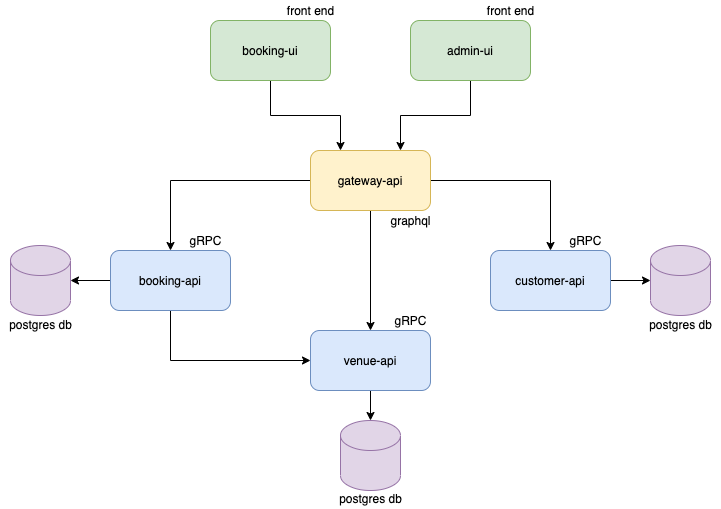
Above: docs/platform-architecture.png in cobbinma/booking-platform (draw.io), before the change. Source tidied: cells renumbered, new cells last; positions are measured from the earlier drawing's top-left corner, leaving out a move shared by most shapes.
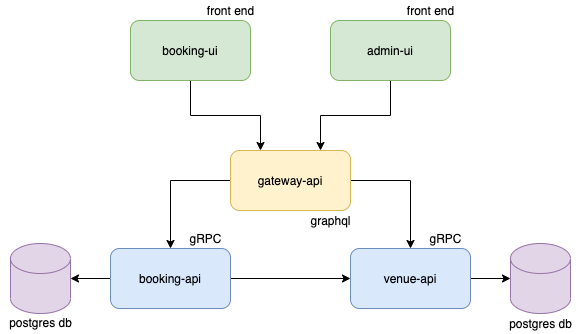
Above is the later version.

The edit, as a diff of the source:
```diff
@@ -11,29 +11,26 @@
     <mxCell id="4" style="edgeStyle=orthogonalEdgeStyle;rounded=0;jettySize=auto;html=1;exitX=0;exitY=0.5;exitDx=0;exitDy=0;entryX=0.5;entryY=0;entryDx=0;entryDy=0;" parent="1" edge="1" source="7" target="12">
       <mxGeometry relative="1" as="geometry" />
     </mxCell>
-    <mxCell id="5" style="edgeStyle=orthogonalEdgeStyle;rounded=0;jettySize=auto;html=1;exitX=0.5;exitY=1;exitDx=0;exitDy=0;" parent="1" edge="1" source="7" target="9">
+    <mxCell id="5" style="edgeStyle=orthogonalEdgeStyle;rounded=0;jettySize=auto;html=1;exitX=1;exitY=0.5;exitDx=0;exitDy=0;entryX=0.5;entryY=0;entryDx=0;entryDy=0;" parent="1" edge="1" source="7" target="9">
       <mxGeometry relative="1" as="geometry" />
     </mxCell>
-    <mxCell id="6" style="edgeStyle=orthogonalEdgeStyle;rounded=0;jettySize=auto;html=1;exitX=1;exitY=0.5;exitDx=0;exitDy=0;entryX=0.5;entryY=0;entryDx=0;entryDy=0;" parent="1" edge="1" source="7" target="22">
-      <mxGeometry relative="1" as="geometry" />
-    </mxCell>
     <mxCell id="7" value="gateway-api" style="rounded=1;whiteSpace=wrap;html=1;fillColor=#fff2cc;strokeColor=#d6b656;" parent="1" vertex="1">
       <mxGeometry x="310" y="150" width="120" height="60" as="geometry" />
     </mxCell>
-    <mxCell id="8" style="edgeStyle=orthogonalEdgeStyle;rounded=0;jettySize=auto;html=1;exitX=0.5;exitY=1;exitDx=0;exitDy=0;" parent="1" edge="1" source="9" target="18">
+    <mxCell id="8" style="edgeStyle=orthogonalEdgeStyle;rounded=0;jettySize=auto;html=1;exitX=1;exitY=0.5;exitDx=0;exitDy=0;entryX=0;entryY=0.5;entryDx=0;entryDy=0;entryPerimeter=0;" parent="1" edge="1" source="9" target="18">
       <mxGeometry relative="1" as="geometry" />
     </mxCell>
     <mxCell id="9" value="venue-api" style="rounded=1;whiteSpace=wrap;html=1;fillColor=#dae8fc;strokeColor=#6c8ebf;" parent="1" vertex="1">
-      <mxGeometry x="310" y="330" width="120" height="60" as="geometry" />
+      <mxGeometry x="430" y="248" width="120" height="60" as="geometry" />
     </mxCell>
+    <mxCell id="11" style="edgeStyle=orthogonalEdgeStyle;rounded=0;jettySize=auto;html=1;exitX=0;exitY=0.5;exitDx=0;exitDy=0;entryX=1;entryY=0.5;entryDx=0;entryDy=0;entryPerimeter=0;" parent="1" edge="1" source="12" target="17">
+      <mxGeometry relative="1" as="geometry" />
+    </mxCell>
-    <mxCell id="10" style="edgeStyle=orthogonalEdgeStyle;rounded=0;jettySize=auto;html=1;exitX=0.5;exitY=1;exitDx=0;exitDy=0;entryX=0;entryY=0.5;entryDx=0;entryDy=0;" parent="1" edge="1" source="12" target="9">
+    <mxCell id="10" style="edgeStyle=orthogonalEdgeStyle;rounded=0;jettySize=auto;html=1;exitX=1;exitY=0.5;exitDx=0;exitDy=0;entryX=0;entryY=0.5;entryDx=0;entryDy=0;" parent="1" edge="1" source="12" target="9">
       <mxGeometry relative="1" as="geometry" />
     </mxCell>
-    <mxCell id="11" style="edgeStyle=orthogonalEdgeStyle;rounded=0;jettySize=auto;html=1;exitX=0;exitY=0.5;exitDx=0;exitDy=0;entryX=1;entryY=0.5;entryDx=0;entryDy=0;entryPerimeter=0;" parent="1" edge="1" source="12" target="17">
-      <mxGeometry relative="1" as="geometry" />
-    </mxCell>
     <mxCell id="12" value="booking-api" style="rounded=1;whiteSpace=wrap;html=1;fillColor=#dae8fc;strokeColor=#6c8ebf;" parent="1" vertex="1">
-      <mxGeometry x="110" y="250" width="120" height="60" as="geometry" />
+      <mxGeometry x="190" y="248" width="120" height="60" as="geometry" />
     </mxCell>
     <mxCell id="13" value="front end" style="text;html=1;align=center;verticalAlign=middle;" parent="1" vertex="1">
       <mxGeometry x="480" width="60" height="20" as="geometry" />
@@ -42,38 +39,23 @@
       <mxGeometry x="380" y="210" width="60" height="20" as="geometry" />
     </mxCell>
     <mxCell id="15" value="gRPC" style="text;html=1;align=center;verticalAlign=middle;" parent="1" vertex="1">
-      <mxGeometry x="385" y="310" width="50" height="20" as="geometry" />
+      <mxGeometry x="500" y="228" width="50" height="20" as="geometry" />
     </mxCell>
     <mxCell id="16" value="gRPC" style="text;html=1;align=center;verticalAlign=middle;" parent="1" vertex="1">
-      <mxGeometry x="180" y="230" width="50" height="20" as="geometry" />
+      <mxGeometry x="260" y="228" width="50" height="20" as="geometry" />
     </mxCell>
     <mxCell id="17" style="shape=cylinder3;whiteSpace=wrap;html=1;boundedLbl=1;backgroundOutline=1;size=15;fillColor=#e1d5e7;strokeColor=#9673a6;" parent="1" vertex="1">
-      <mxGeometry x="10" y="245" width="60" height="70" as="geometry" />
+      <mxGeometry x="90" y="243" width="60" height="70" as="geometry" />
     </mxCell>
     <mxCell id="18" style="shape=cylinder3;whiteSpace=wrap;html=1;boundedLbl=1;backgroundOutline=1;size=15;fillColor=#e1d5e7;strokeColor=#9673a6;" parent="1" vertex="1">
-      <mxGeometry x="340" y="420" width="60" height="70" as="geometry" />
+      <mxGeometry x="590" y="243" width="60" height="70" as="geometry" />
     </mxCell>
     <mxCell id="19" value="postgres db" style="text;html=1;align=center;verticalAlign=middle;" parent="1" vertex="1">
-      <mxGeometry y="314" width="80" height="20" as="geometry" />
+      <mxGeometry x="80" y="312" width="80" height="20" as="geometry" />
     </mxCell>
     <mxCell id="20" value="postgres db" style="text;html=1;align=center;verticalAlign=middle;" parent="1" vertex="1">
-      <mxGeometry x="330" y="488" width="80" height="20" as="geometry" />
+      <mxGeometry x="580" y="313" width="80" height="20" as="geometry" />
     </mxCell>
-    <mxCell id="21" style="edgeStyle=orthogonalEdgeStyle;rounded=0;jettySize=auto;html=1;exitX=1;exitY=0.5;exitDx=0;exitDy=0;entryX=0;entryY=0.5;entryDx=0;entryDy=0;entryPerimeter=0;" parent="1" edge="1" source="22" target="24">
-      <mxGeometry relative="1" as="geometry" />
-    </mxCell>
-    <mxCell id="22" value="customer-api" style="rounded=1;whiteSpace=wrap;html=1;fillColor=#dae8fc;strokeColor=#6c8ebf;" parent="1" vertex="1">
-      <mxGeometry x="490" y="250" width="120" height="60" as="geometry" />
-    </mxCell>
-    <mxCell id="23" value="gRPC" style="text;html=1;align=center;verticalAlign=middle;" parent="1" vertex="1">
-      <mxGeometry x="560" y="230" width="50" height="20" as="geometry" />
-    </mxCell>
-    <mxCell id="24" style="shape=cylinder3;whiteSpace=wrap;html=1;boundedLbl=1;backgroundOutline=1;size=15;fillColor=#e1d5e7;strokeColor=#9673a6;" parent="1" vertex="1">
-      <mxGeometry x="650" y="245" width="60" height="70" as="geometry" />
-    </mxCell>
-    <mxCell id="25" value="postgres db" style="text;html=1;align=center;verticalAlign=middle;" parent="1" vertex="1">
-      <mxGeometry x="640" y="314" width="80" height="20" as="geometry" />
-    </mxCell>
     <mxCell id="26" style="edgeStyle=orthogonalEdgeStyle;rounded=0;jettySize=auto;html=1;exitX=0.5;exitY=1;exitDx=0;exitDy=0;entryX=0.25;entryY=0;entryDx=0;entryDy=0;" parent="1" edge="1" source="27" target="7">
       <mxGeometry relative="1" as="geometry" />
     </mxCell>
```
